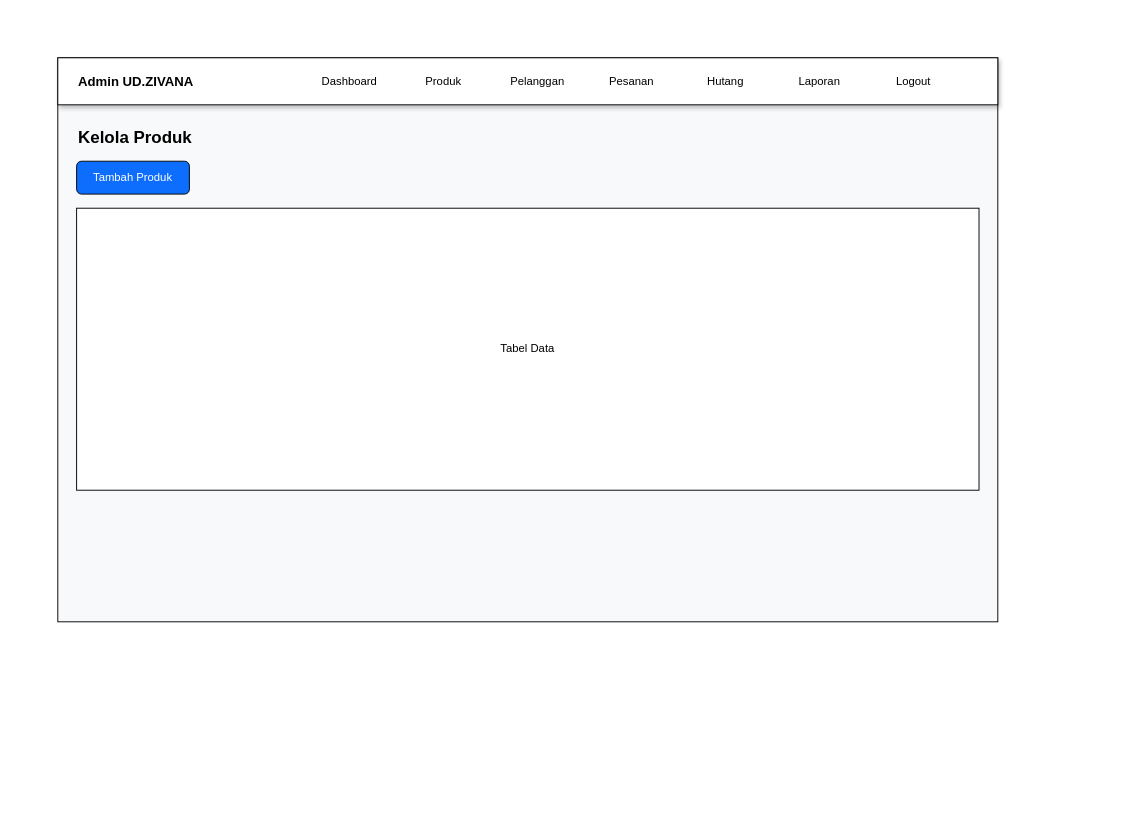
Earlier version of the draw.io diagram diagram/desain/admin/produk.drawio (RajaSunrise/ud_zivana). Source tidied: cells renumbered, new cells numbered last; positions are measured from the earlier drawing's top-left corner, leaving out a move shared by most shapes. Both pictures are drawn from the tidied source at 94%, with x=0, y=0 at pixel (57, 57).
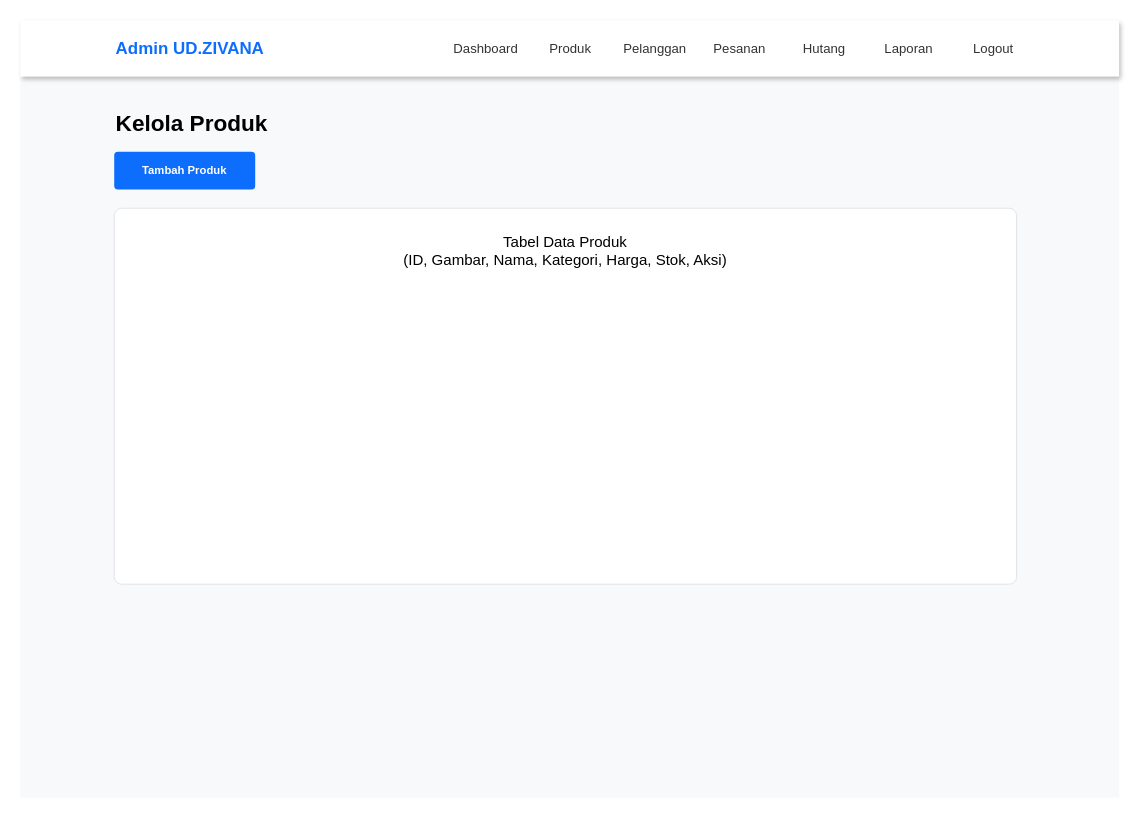
Above is the later version.

The edit, as a diff of the source:
```diff
@@
 <mxGraphModel>
   <root>
     <mxCell id="0" />
     <mxCell id="1" parent="0" />
-    <mxCell id="2" style="rounded=0;whiteSpace=wrap;html=1;fillColor=#f8f9fa;" parent="1" vertex="1">
-      <mxGeometry width="1000" height="600" as="geometry" />
+    <mxCell id="2" style="rounded=0;whiteSpace=wrap;html=1;fillColor=#f8f9fa;strokeColor=none;" parent="1" vertex="1">
+      <mxGeometry x="-40" y="-40" width="1169" height="827" as="geometry" />
     </mxCell>
-    <mxCell id="3" style="rounded=0;whiteSpace=wrap;html=1;fillColor=#ffffff;shadow=1;" parent="1" vertex="1">
-      <mxGeometry width="1000" height="50" as="geometry" />
-    </mxCell>
+    <mxCell id="15" style="rounded=0;whiteSpace=wrap;html=1;fillColor=#ffffff;shadow=1;strokeColor=none;" parent="1" vertex="1">
+      <mxGeometry x="-40" y="-40" width="1169" height="60" as="geometry" />
+    </mxCell>
-    <mxCell id="4" value="Admin UD.ZIVANA" style="text;html=1;strokeColor=none;fillColor=none;align=left;verticalAlign=middle;fontStyle=1;fontSize=14;" parent="1" vertex="1">
-      <mxGeometry x="20" width="200" height="50" as="geometry" />
+    <mxCell id="4" value="Admin UD.ZIVANA" style="text;html=1;strokeColor=none;fillColor=none;align=left;verticalAlign=middle;fontStyle=1;fontSize=18;fontColor=#0d6efd;" parent="1" vertex="1">
+      <mxGeometry x="60" y="-30" width="200" height="40" as="geometry" />
     </mxCell>
-    <mxCell id="5" value="Dashboard" style="text;html=1;strokeColor=none;fillColor=none;align=center;verticalAlign=middle;" parent="1" vertex="1">
-      <mxGeometry x="260" width="100" height="50" as="geometry" />
+    <mxCell id="5" value="Dashboard" style="text;html=1;strokeColor=none;fillColor=none;align=center;verticalAlign=middle;fontSize=14;fontColor=#333333;" parent="1" vertex="1">
+      <mxGeometry x="410" y="-30" width="90" height="40" as="geometry" />
     </mxCell>
-    <mxCell id="6" value="Produk" style="text;html=1;strokeColor=none;fillColor=none;align=center;verticalAlign=middle;" parent="1" vertex="1">
-      <mxGeometry x="360" width="100" height="50" as="geometry" />
+    <mxCell id="6" value="Produk" style="text;html=1;strokeColor=none;fillColor=none;align=center;verticalAlign=middle;fontSize=14;fontColor=#333333;" parent="1" vertex="1">
+      <mxGeometry x="500" y="-30" width="90" height="40" as="geometry" />
     </mxCell>
-    <mxCell id="7" value="Pelanggan" style="text;html=1;strokeColor=none;fillColor=none;align=center;verticalAlign=middle;" parent="1" vertex="1">
-      <mxGeometry x="460" width="100" height="50" as="geometry" />
+    <mxCell id="7" value="Pelanggan" style="text;html=1;strokeColor=none;fillColor=none;align=center;verticalAlign=middle;fontSize=14;fontColor=#333333;" parent="1" vertex="1">
+      <mxGeometry x="590" y="-30" width="90" height="40" as="geometry" />
     </mxCell>
-    <mxCell id="8" value="Pesanan" style="text;html=1;strokeColor=none;fillColor=none;align=center;verticalAlign=middle;" parent="1" vertex="1">
-      <mxGeometry x="560" width="100" height="50" as="geometry" />
+    <mxCell id="8" value="Pesanan" style="text;html=1;strokeColor=none;fillColor=none;align=center;verticalAlign=middle;fontSize=14;fontColor=#333333;" parent="1" vertex="1">
+      <mxGeometry x="680" y="-30" width="90" height="40" as="geometry" />
     </mxCell>
-    <mxCell id="9" value="Hutang" style="text;html=1;strokeColor=none;fillColor=none;align=center;verticalAlign=middle;" parent="1" vertex="1">
-      <mxGeometry x="660" width="100" height="50" as="geometry" />
+    <mxCell id="9" value="Hutang" style="text;html=1;strokeColor=none;fillColor=none;align=center;verticalAlign=middle;fontSize=14;fontColor=#333333;" parent="1" vertex="1">
+      <mxGeometry x="770" y="-30" width="90" height="40" as="geometry" />
     </mxCell>
-    <mxCell id="10" value="Laporan" style="text;html=1;strokeColor=none;fillColor=none;align=center;verticalAlign=middle;" parent="1" vertex="1">
-      <mxGeometry x="760" width="100" height="50" as="geometry" />
+    <mxCell id="10" value="Laporan" style="text;html=1;strokeColor=none;fillColor=none;align=center;verticalAlign=middle;fontSize=14;fontColor=#333333;" parent="1" vertex="1">
+      <mxGeometry x="860" y="-30" width="90" height="40" as="geometry" />
     </mxCell>
-    <mxCell id="11" value="Logout" style="text;html=1;strokeColor=none;fillColor=none;align=center;verticalAlign=middle;" parent="1" vertex="1">
-      <mxGeometry x="860" width="100" height="50" as="geometry" />
+    <mxCell id="11" value="Logout" style="text;html=1;strokeColor=none;fillColor=none;align=center;verticalAlign=middle;fontSize=14;fontColor=#333333;" parent="1" vertex="1">
+      <mxGeometry x="950" y="-30" width="90" height="40" as="geometry" />
     </mxCell>
-    <mxCell id="12" value="Kelola Produk" style="text;html=1;strokeColor=none;fillColor=none;align=left;verticalAlign=middle;fontSize=18;fontStyle=1;" parent="1" vertex="1">
-      <mxGeometry x="20" y="70" width="300" height="30" as="geometry" />
+    <mxCell id="12" value="Kelola Produk" style="text;html=1;strokeColor=none;fillColor=none;align=left;verticalAlign=middle;fontSize=24;fontStyle=1;" parent="1" vertex="1">
+      <mxGeometry x="60" y="50" width="300" height="40" as="geometry" />
     </mxCell>
-    <mxCell id="13" value="Tambah Produk" style="rounded=1;whiteSpace=wrap;html=1;fillColor=#0d6efd;fontColor=#ffffff;" parent="1" vertex="1">
-      <mxGeometry x="20" y="110" width="120" height="35" as="geometry" />
+    <mxCell id="13" value="Tambah Produk" style="rounded=1;arcSize=10;whiteSpace=wrap;html=1;fillColor=#0d6efd;fontColor=#ffffff;strokeColor=none;fontStyle=1;" parent="1" vertex="1">
+      <mxGeometry x="60" y="100" width="150" height="40" as="geometry" />
     </mxCell>
-    <mxCell id="14" value="Tabel Data" style="rounded=0;whiteSpace=wrap;html=1;align=center;verticalAlign=middle;" parent="1" vertex="1">
-      <mxGeometry x="20" y="160" width="960" height="300" as="geometry" />
+    <mxCell id="14" value="Tabel Data Produk&#10;(ID, Gambar, Nama, Kategori, Harga, Stok, Aksi)" style="rounded=1;arcSize=2;whiteSpace=wrap;html=1;fillColor=#ffffff;strokeColor=#dee2e6;align=center;verticalAlign=top;spacingTop=20;fontSize=16;" parent="1" vertex="1">
+      <mxGeometry x="60" y="160" width="960" height="400" as="geometry" />
     </mxCell>
   </root>
 </mxGraphModel>
```
